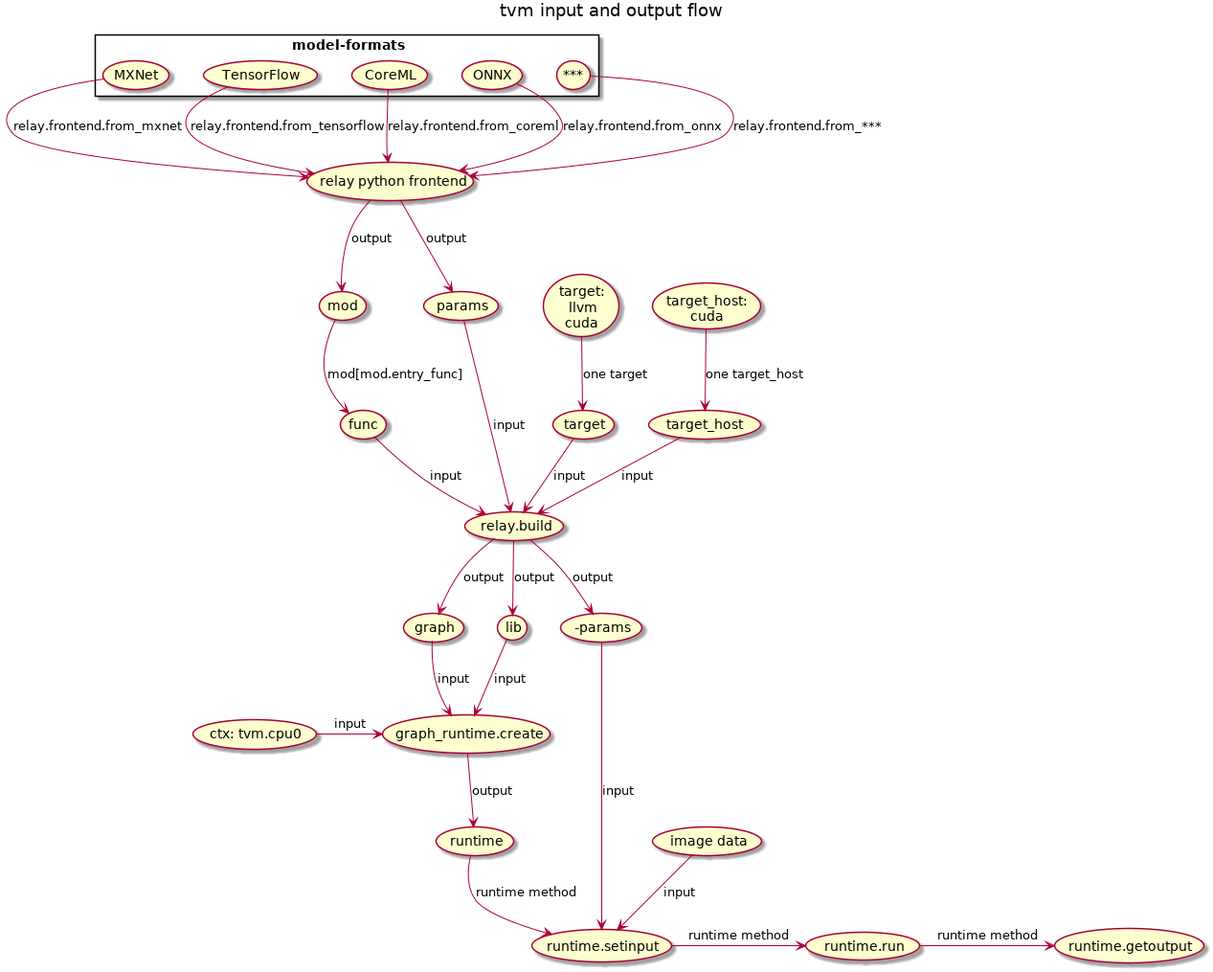
chsgcxy/messy_notes keeps this PlantUML diagram as out/pictures/tvm-input-output-flow/tvm-input-output-flow.png. Above is the earlier version. Its diagram source:
```plantuml
@startuml tvm-input-output-flow
title tvm input and output flow
(relay python frontend) as rpf

rectangle model-formats {
    (MXNet) -down-> rpf: relay.frontend.from_mxnet
    (TensorFlow) -down->rpf: relay.frontend.from_tensorflow
    (CoreML) -down->rpf: relay.frontend.from_coreml
    (ONNX) -down->rpf: relay.frontend.from_onnx
    (***) -down->rpf: relay.frontend.from_***
}

rpf -down-> (mod): output
rpf -down-> (params): output
(mod) -down-> (func): mod[mod.entry_func]

(relay.build) as rb
(target:\nllvm\ncuda) -down-> (target): one target
(target) -down-> rb: input
(target_host:\ncuda) -down-> (target_host): one target_host
(target_host) -down-> rb: input
(func) -down-> rb: input
(params) -down-> rb: input

rb -down-> (graph): output
rb -down-> (lib): output
rb -down-> (-params): output

(graph_runtime.create) as grc
(graph) -down-> grc: input
(lib) -down-> grc: input
(ctx: tvm.cpu0) -> grc: input

grc -down-> (runtime): output
(runtime.setinput) as rs
(-params) -down-> rs: input
(image data) -down-> rs: input
(runtime) -down-> rs: runtime method
(runtime.run) as rr
(runtime.getoutput) as rg
rs -> rr: runtime method
rr -> rg: runtime method

@enduml
```
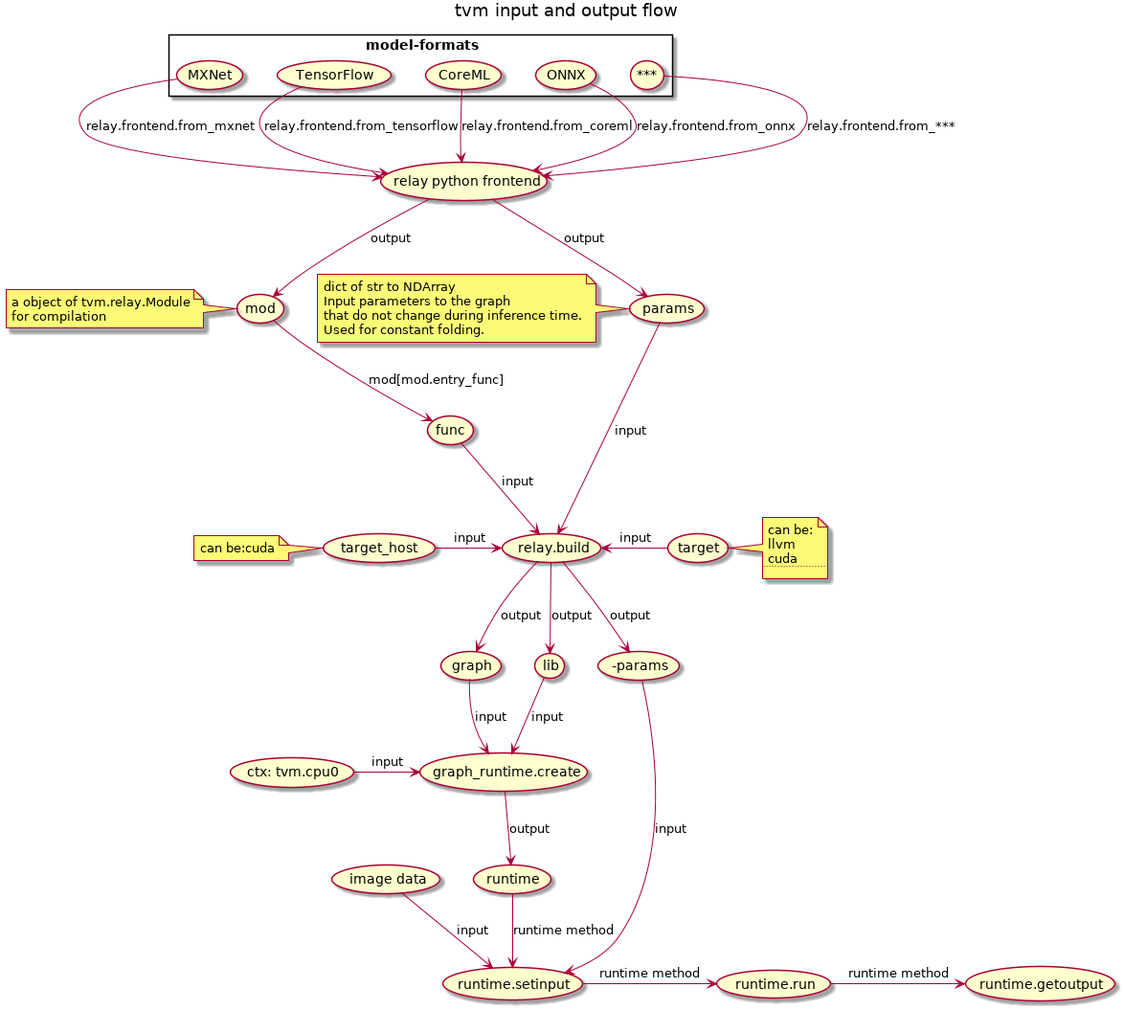
After the commit.

The edit, as a diff of the source:
```diff
@@ -11,14 +11,18 @@
 }
 
 rpf -down-> (mod): output
+note left: a object of tvm.relay.Module \nfor compilation
 rpf -down-> (params): output
+note left: dict of str to NDArray \nInput parameters to the graph \nthat do not change during inference time. \nUsed for constant folding.
 (mod) -down-> (func): mod[mod.entry_func]
 
 (relay.build) as rb
-(target:\nllvm\ncuda) -down-> (target): one target
-(target) -down-> rb: input
-(target_host:\ncuda) -down-> (target_host): one target_host
-(target_host) -down-> rb: input
+(target) as target
+note right: can be:\nllvm\ncuda\n...
+target -left-> rb: input
+(target_host) as th
+note left: can be:cuda
+th -> rb: input
 (func) -down-> rb: input
 (params) -down-> rb: input
 
```
